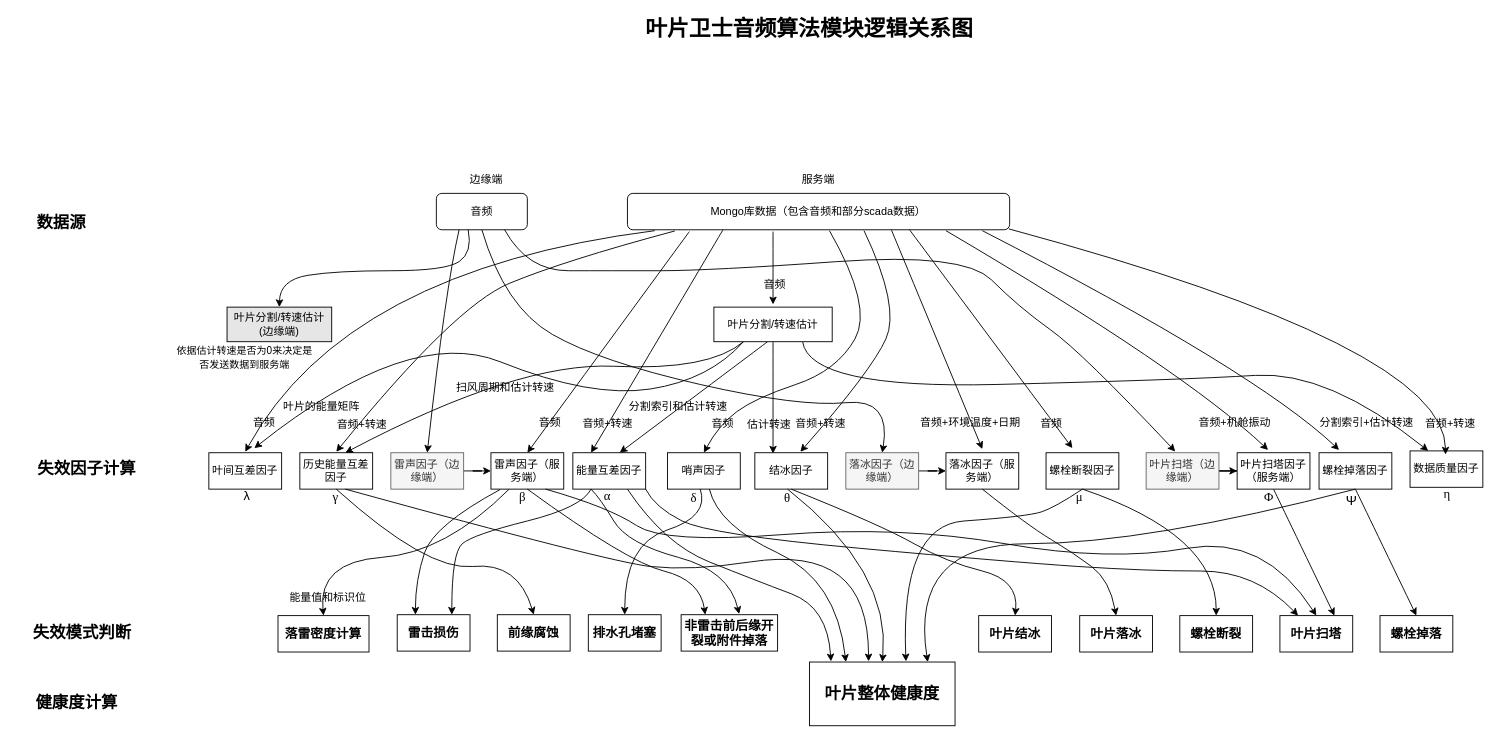
Earlier version of the draw.io diagram doc/Untitled Diagram.drawio (Davidlee2017/aria2). Source tidied: cells renumbered, new cells numbered last; positions are measured from the earlier drawing's top-left corner, leaving out a move shared by most shapes. Both pictures are drawn from the tidied source at 91%, with x=0, y=0 at pixel (15, 15).
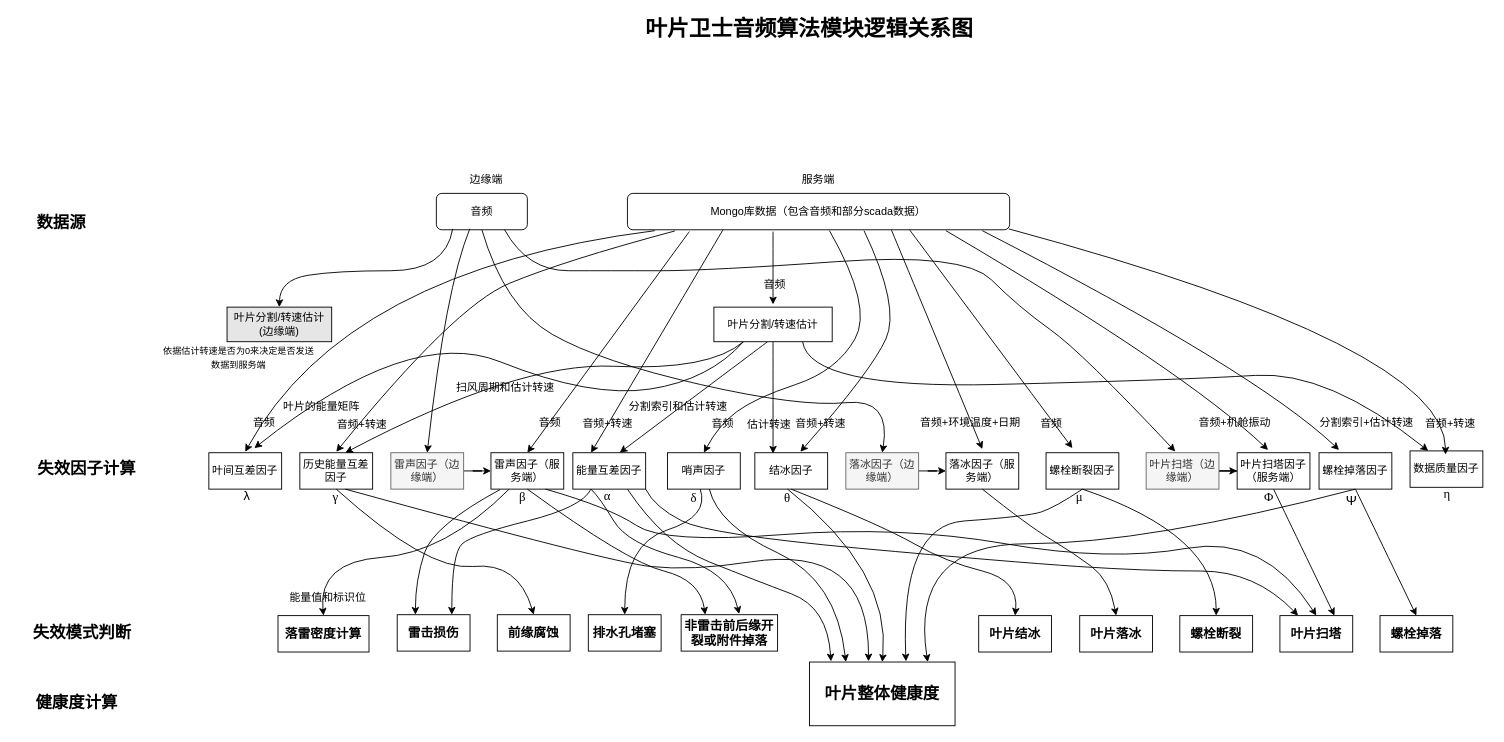
The same diagram, later.

Unchanged cells that the change refers to:
```xml
<mxCell id="6" value="雷声因子（边缘端）" style="rounded=0;whiteSpace=wrap;html=1;fillColor=#f5f5f5;fontColor=#333333;strokeColor=#666666;" parent="1" vertex="1">
  <mxGeometry x="412" y="480" width="80" height="40" as="geometry" />
</mxCell>
<mxCell id="28" value="音频" style="rounded=1;whiteSpace=wrap;html=1;" parent="1" vertex="1">
  <mxGeometry x="462" y="195" width="100" height="40" as="geometry" />
</mxCell>
<mxCell id="107" value="叶片分割/转速估计&lt;br&gt;(边缘端)" style="rounded=0;whiteSpace=wrap;html=1;fillColor=#E6E6E6;" parent="1" vertex="1">
  <mxGeometry x="232" y="320" width="115" height="38" as="geometry" />
</mxCell>
```

What changed in the source:
```diff
@@
-    <mxCell id="66" style="curved=1;endArrow=classic;html=1;rounded=0;fontSize=18;entryX=0.5;entryY=0;entryDx=0;entryDy=0;exitX=0.25;exitY=1;exitDx=0;exitDy=0;" parent="1" edge="1" source="28" target="6">
+    <mxCell id="66" style="curved=1;endArrow=classic;html=1;rounded=0;fontSize=18;entryX=0.5;entryY=0;entryDx=0;entryDy=0;exitX=0.367;exitY=0.975;exitDx=0;exitDy=0;exitPerimeter=0;" parent="1" edge="1" source="28" target="6">
       <mxGeometry relative="1" as="geometry">
         <Array as="points">
           <mxPoint x="472" y="300" />
         </Array>
       </mxGeometry>
     </mxCell>
@@
-    <mxCell id="108" style="curved=1;endArrow=classic;html=1;rounded=0;fontSize=18;entryX=0.5;entryY=0;entryDx=0;entryDy=0;exitX=0.25;exitY=1;exitDx=0;exitDy=0;" parent="1" edge="1" target="107">
+    <mxCell id="108" style="curved=1;endArrow=classic;html=1;rounded=0;fontSize=18;entryX=0.5;entryY=0;entryDx=0;entryDy=0;exitX=0.18;exitY=0.975;exitDx=0;exitDy=0;exitPerimeter=0;" parent="1" edge="1" source="28" target="107">
       <mxGeometry relative="1" as="geometry">
-        <mxPoint x="497" y="235" as="sourcePoint" />
         <Array as="points">
-          <mxPoint x="502" y="260" />
           <mxPoint x="472" y="280" />
           <mxPoint x="352" y="280" />
           <mxPoint x="290" y="290" />
         </Array>
       </mxGeometry>
     </mxCell>
-    <mxCell id="109" value="&lt;font style=&quot;font-size: 11px&quot;&gt;依据估计转速是否为0来决定是否发送数据到服务端&lt;/font&gt;" style="text;html=1;strokeColor=none;fillColor=none;align=center;verticalAlign=middle;whiteSpace=wrap;rounded=0;" parent="1" vertex="1">
-      <mxGeometry x="172" y="360" width="159" height="30" as="geometry" />
+    <mxCell id="109" value="&lt;font style=&quot;font-size: 10px&quot;&gt;依据估计转速是否为0来决定是否发送数据到服务端&lt;/font&gt;" style="text;html=1;strokeColor=none;fillColor=none;align=center;verticalAlign=middle;whiteSpace=wrap;rounded=0;" parent="1" vertex="1">
+      <mxGeometry x="159" y="360" width="172" height="30" as="geometry" />
     </mxCell>
```
